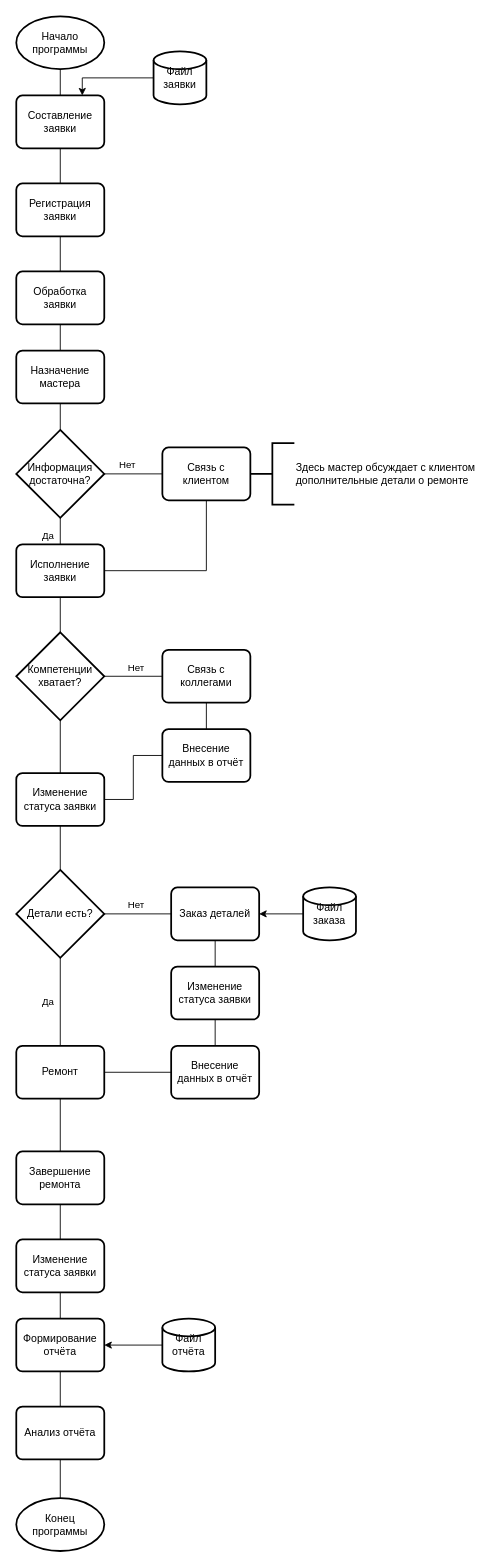
DanizThere/ISRPO_LP keeps this draw.io diagram as page "Основной алгоритм" (1 of 3) of Модуль 1/Вариант_1.drawio. Above is the earlier version. Source tidied: cells renumbered, new cells numbered last; positions are measured from the earlier drawing's top-left corner, leaving out a move shared by most shapes. Both pictures are drawn from the tidied source at 88%, with x=0, y=0 at pixel (16, 16).
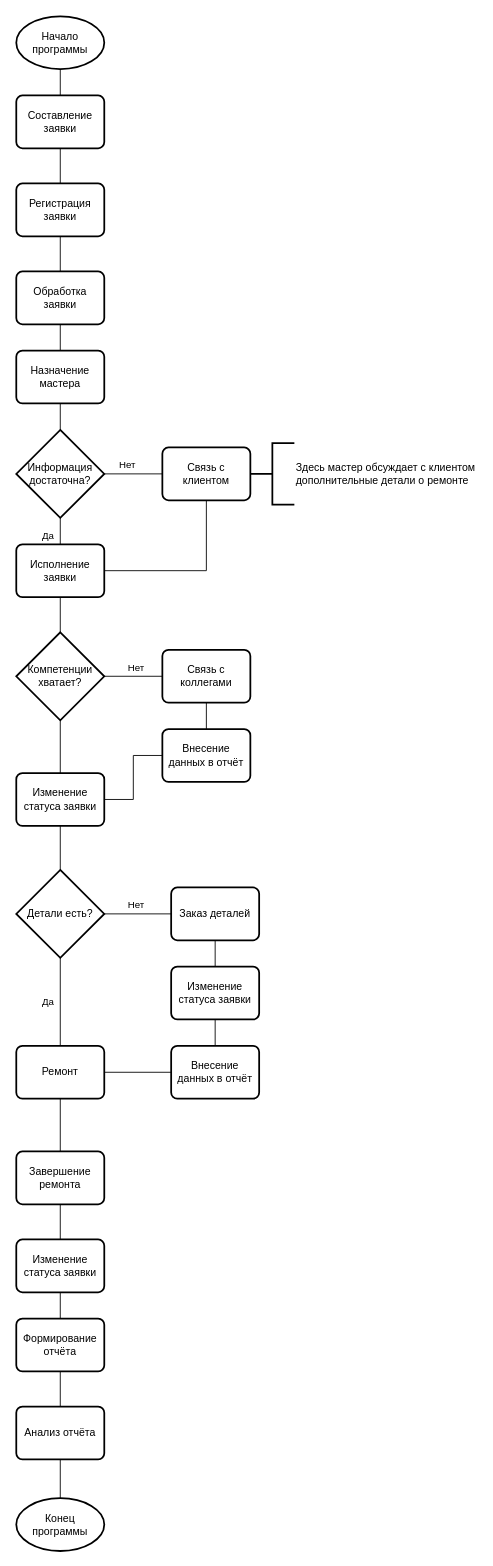
The same diagram, later.

Unchanged cells that the change refers to:
```xml
<mxCell id="5" value="Составление заявки" style="rounded=1;whiteSpace=wrap;html=1;absoluteArcSize=1;arcSize=14;strokeWidth=2;" parent="1" vertex="1">
  <mxGeometry y="90" width="100" height="60" as="geometry" />
</mxCell>
<mxCell id="35" value="Заказ деталей" style="rounded=1;whiteSpace=wrap;html=1;absoluteArcSize=1;arcSize=14;strokeWidth=2;" parent="1" vertex="1">
  <mxGeometry x="176" y="990" width="100" height="60" as="geometry" />
</mxCell>
<mxCell id="49" value="Формирование отчёта" style="rounded=1;whiteSpace=wrap;html=1;absoluteArcSize=1;arcSize=14;strokeWidth=2;" parent="1" vertex="1">
  <mxGeometry y="1480" width="100" height="60" as="geometry" />
</mxCell>
```

The edit, as a diff of the source:
```diff
@@
-    <mxCell id="17" style="edgeStyle=orthogonalEdgeStyle;rounded=0;jettySize=auto;html=1;exitX=0;exitY=0.5;exitDx=0;exitDy=0;exitPerimeter=0;entryX=0.75;entryY=0;entryDx=0;entryDy=0;" parent="1" edge="1" source="18" target="5">
-      <mxGeometry relative="1" as="geometry" />
-    </mxCell>
-    <mxCell id="18" value="Файл заявки" style="strokeWidth=2;html=1;shape=mxgraph.flowchart.database;whiteSpace=wrap;" parent="1" vertex="1">
-      <mxGeometry x="156" y="40" width="60" height="60" as="geometry" />
-    </mxCell>
@@
-    <mxCell id="42" style="edgeStyle=orthogonalEdgeStyle;rounded=0;jettySize=auto;html=1;exitX=0;exitY=0.5;exitDx=0;exitDy=0;exitPerimeter=0;entryX=1;entryY=0.5;entryDx=0;entryDy=0;" parent="1" edge="1" source="43" target="35">
-      <mxGeometry relative="1" as="geometry" />
-    </mxCell>
-    <mxCell id="43" value="Файл заказа" style="strokeWidth=2;html=1;shape=mxgraph.flowchart.database;whiteSpace=wrap;" parent="1" vertex="1">
-      <mxGeometry x="326" y="990" width="60" height="60" as="geometry" />
-    </mxCell>
@@
-    <mxCell id="50" style="edgeStyle=orthogonalEdgeStyle;rounded=0;jettySize=auto;html=1;exitX=0;exitY=0.5;exitDx=0;exitDy=0;exitPerimeter=0;" parent="1" edge="1" source="51" target="49">
-      <mxGeometry relative="1" as="geometry" />
-    </mxCell>
-    <mxCell id="51" value="Файл отчёта" style="strokeWidth=2;html=1;shape=mxgraph.flowchart.database;whiteSpace=wrap;" parent="1" vertex="1">
-      <mxGeometry x="166" y="1480" width="60" height="60" as="geometry" />
-    </mxCell>
```
